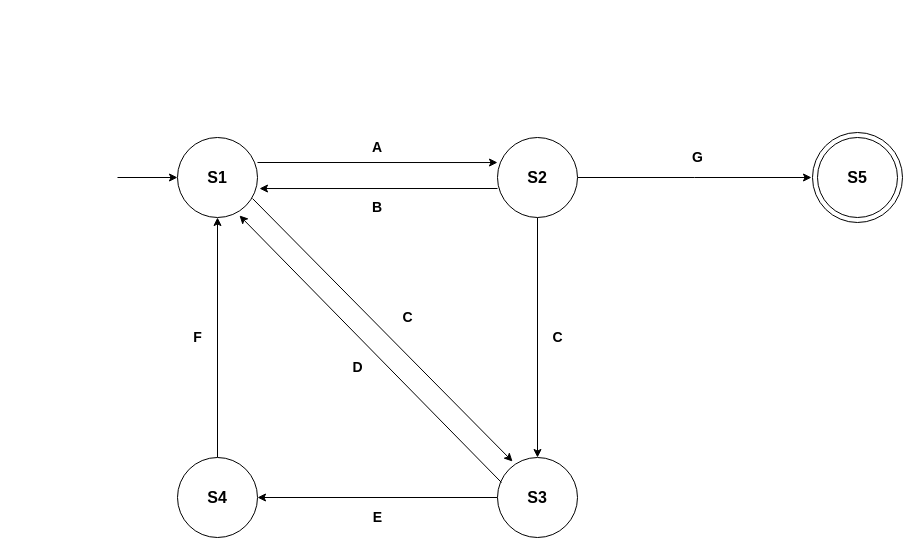
Before: page "DFA" (5 of 6) of Assignment 2/SnakeLadder.drawio in zhafranzainal/algorithm-complexity, a draw.io diagram. Source tidied: cells renumbered, new cells numbered last; positions are measured from the earlier drawing's top-left corner, leaving out a move shared by most shapes. Both pictures are drawn from the tidied source at 100%, with x=0, y=0 at pixel (117, 132).
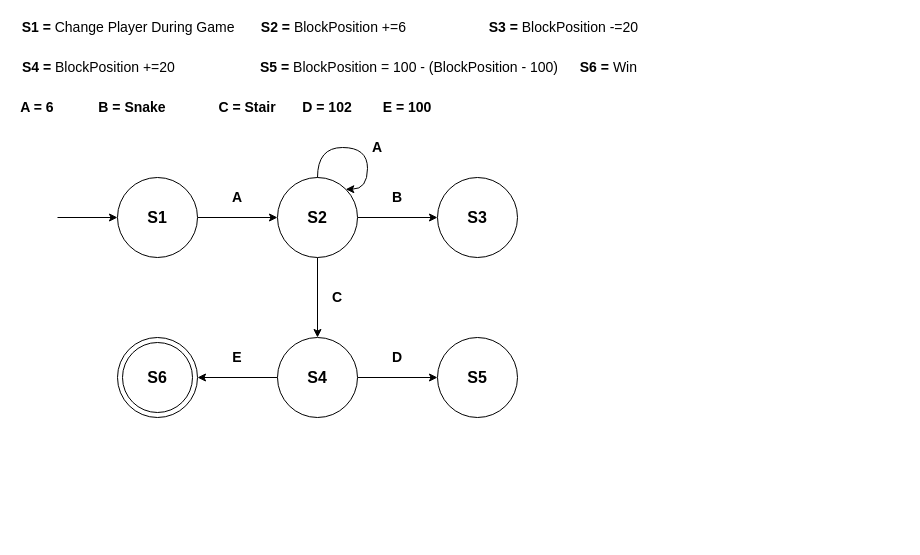
Above is the later version.

Diff of the diagram source:
```diff
@@
-    <mxCell id="2" style="ellipse;whiteSpace=wrap;html=1;" parent="1" vertex="1">
-      <mxGeometry x="695" width="90" height="90" as="geometry" />
-    </mxCell>
     <mxCell id="3" style="edgeStyle=orthogonalEdgeStyle;rounded=0;jettySize=auto;html=1;exitX=0;exitY=0.5;exitDx=0;exitDy=0;startArrow=classic;startFill=1;endArrow=none;endFill=0;" parent="1" edge="1" source="4">
       <mxGeometry relative="1" as="geometry">
-        <mxPoint y="45" as="targetPoint" />
+        <mxPoint x="-60" y="85" as="targetPoint" />
       </mxGeometry>
     </mxCell>
+    <mxCell id="25" style="edgeStyle=orthogonalEdgeStyle;rounded=0;jettySize=auto;html=1;exitX=1;exitY=0.5;exitDx=0;exitDy=0;entryX=0;entryY=0.5;entryDx=0;entryDy=0;fontSize=14;" parent="1" edge="1" source="4" target="7">
+      <mxGeometry relative="1" as="geometry" />
+    </mxCell>
     <mxCell id="4" value="&lt;font style=&quot;font-size: 16px&quot;&gt;&lt;b&gt;S1&lt;/b&gt;&lt;/font&gt;" style="ellipse;whiteSpace=wrap;html=1;" parent="1" vertex="1">
-      <mxGeometry x="60" y="5" width="80" height="80" as="geometry" />
+      <mxGeometry y="45" width="80" height="80" as="geometry" />
     </mxCell>
-    <mxCell id="5" style="edgeStyle=orthogonalEdgeStyle;rounded=0;jettySize=auto;html=1;exitX=0.5;exitY=1;exitDx=0;exitDy=0;entryX=0.5;entryY=0;entryDx=0;entryDy=0;" parent="1" edge="1" source="7" target="9">
+    <mxCell id="5" style="rounded=0;jettySize=auto;html=1;exitX=1;exitY=0.5;exitDx=0;exitDy=0;entryX=0;entryY=0.5;entryDx=0;entryDy=0;fontSize=14;startArrow=none;startFill=0;" parent="1" edge="1" source="7" target="9">
       <mxGeometry relative="1" as="geometry" />
     </mxCell>
-    <mxCell id="6" style="edgeStyle=orthogonalEdgeStyle;rounded=0;jettySize=auto;html=1;exitX=1;exitY=0.5;exitDx=0;exitDy=0;" parent="1" edge="1" source="7">
-      <mxGeometry relative="1" as="geometry">
-        <mxPoint x="694" y="45" as="targetPoint" />
-      </mxGeometry>
-    </mxCell>
+    <mxCell id="26" style="edgeStyle=none;rounded=0;jettySize=auto;html=1;exitX=0.5;exitY=1;exitDx=0;exitDy=0;entryX=0.5;entryY=0;entryDx=0;entryDy=0;fontSize=14;startArrow=none;startFill=0;" parent="1" edge="1" source="7" target="11">
+      <mxGeometry relative="1" as="geometry" />
+    </mxCell>
     <mxCell id="7" value="&lt;font style=&quot;font-size: 16px&quot;&gt;&lt;b&gt;S2&lt;/b&gt;&lt;/font&gt;" style="ellipse;whiteSpace=wrap;html=1;" parent="1" vertex="1">
-      <mxGeometry x="380" y="5" width="80" height="80" as="geometry" />
+      <mxGeometry x="160" y="45" width="80" height="80" as="geometry" />
     </mxCell>
-    <mxCell id="8" style="edgeStyle=orthogonalEdgeStyle;rounded=0;jettySize=auto;html=1;exitX=0;exitY=0.5;exitDx=0;exitDy=0;entryX=1;entryY=0.5;entryDx=0;entryDy=0;" parent="1" edge="1" source="9" target="11">
-      <mxGeometry relative="1" as="geometry" />
-    </mxCell>
     <mxCell id="9" value="&lt;b&gt;&lt;font style=&quot;font-size: 16px&quot;&gt;S3&lt;/font&gt;&lt;/b&gt;" style="ellipse;whiteSpace=wrap;html=1;" parent="1" vertex="1">
-      <mxGeometry x="380" y="325" width="80" height="80" as="geometry" />
+      <mxGeometry x="320" y="45" width="80" height="80" as="geometry" />
     </mxCell>
-    <mxCell id="10" style="edgeStyle=orthogonalEdgeStyle;rounded=0;jettySize=auto;html=1;exitX=0.5;exitY=0;exitDx=0;exitDy=0;entryX=0.5;entryY=1;entryDx=0;entryDy=0;" parent="1" edge="1" source="11" target="4">
-      <mxGeometry relative="1" as="geometry" />
-    </mxCell>
+    <mxCell id="27" style="edgeStyle=none;rounded=0;jettySize=auto;html=1;exitX=1;exitY=0.5;exitDx=0;exitDy=0;entryX=0;entryY=0.5;entryDx=0;entryDy=0;fontSize=14;startArrow=none;startFill=0;" parent="1" edge="1" source="11" target="12">
+      <mxGeometry relative="1" as="geometry" />
+    </mxCell>
+    <mxCell id="28" style="edgeStyle=none;rounded=0;jettySize=auto;html=1;exitX=0;exitY=0.5;exitDx=0;exitDy=0;entryX=1;entryY=0.5;entryDx=0;entryDy=0;fontSize=14;startArrow=none;startFill=0;" parent="1" edge="1" source="11" target="44">
+      <mxGeometry relative="1" as="geometry" />
+    </mxCell>
     <mxCell id="11" value="&lt;font style=&quot;font-size: 16px&quot;&gt;&lt;b&gt;S4&lt;/b&gt;&lt;/font&gt;" style="ellipse;whiteSpace=wrap;html=1;" parent="1" vertex="1">
-      <mxGeometry x="60" y="325" width="80" height="80" as="geometry" />
+      <mxGeometry x="160" y="205" width="80" height="80" as="geometry" />
     </mxCell>
+    <mxCell id="17" value="&lt;font style=&quot;font-size: 14px;&quot;&gt;&lt;b&gt;&lt;font style=&quot;font-size: 14px;&quot;&gt;S1 =&amp;nbsp;&lt;/font&gt;&lt;/b&gt;Change Player During Game&amp;nbsp;&lt;/font&gt;" style="text;html=1;strokeColor=none;fillColor=none;align=center;verticalAlign=middle;whiteSpace=wrap;rounded=0;" parent="1" vertex="1">
+      <mxGeometry x="-100" y="-115" width="226" height="20" as="geometry" />
+    </mxCell>
+    <mxCell id="29" value="&lt;b&gt;&lt;font style=&quot;font-size: 14px&quot;&gt;A = 6&lt;/font&gt;&lt;/b&gt;" style="text;html=1;strokeColor=none;fillColor=none;align=center;verticalAlign=middle;whiteSpace=wrap;rounded=0;" parent="1" vertex="1">
+      <mxGeometry x="-100" y="-35" width="40" height="20" as="geometry" />
+    </mxCell>
+    <mxCell id="30" value="&lt;font style=&quot;font-size: 14px;&quot;&gt;&lt;b&gt;S2 = &lt;/b&gt;BlockPosition +=6&amp;nbsp;&lt;/font&gt;&amp;nbsp;" style="text;html=1;strokeColor=none;fillColor=none;align=center;verticalAlign=middle;whiteSpace=wrap;rounded=0;" parent="1" vertex="1">
+      <mxGeometry x="140" y="-115" width="160" height="20" as="geometry" />
+    </mxCell>
+    <mxCell id="31" value="&lt;b&gt;&lt;font style=&quot;font-size: 14px&quot;&gt;B = Snake&lt;/font&gt;&lt;/b&gt;" style="text;html=1;strokeColor=none;fillColor=none;align=center;verticalAlign=middle;whiteSpace=wrap;rounded=0;" parent="1" vertex="1">
+      <mxGeometry x="-20" y="-35" width="70" height="20" as="geometry" />
+    </mxCell>
+    <mxCell id="32" value="&lt;font style=&quot;font-size: 14px;&quot;&gt;&lt;b&gt;S3 = &lt;/b&gt;BlockPosition -=20&amp;nbsp;&lt;/font&gt;&amp;nbsp;" style="text;html=1;strokeColor=none;fillColor=none;align=center;verticalAlign=middle;whiteSpace=wrap;rounded=0;" parent="1" vertex="1">
+      <mxGeometry x="370" y="-115" width="160" height="20" as="geometry" />
+    </mxCell>
+    <mxCell id="33" value="&lt;b&gt;&lt;font style=&quot;font-size: 14px&quot;&gt;C = Stair&lt;/font&gt;&lt;/b&gt;" style="text;html=1;strokeColor=none;fillColor=none;align=center;verticalAlign=middle;whiteSpace=wrap;rounded=0;" parent="1" vertex="1">
+      <mxGeometry x="100" y="-35" width="60" height="20" as="geometry" />
+    </mxCell>
+    <mxCell id="34" value="&lt;font style=&quot;font-size: 14px;&quot;&gt;&lt;b&gt;S4 = &lt;/b&gt;BlockPosition +=20&amp;nbsp;&lt;/font&gt;&amp;nbsp;" style="text;html=1;strokeColor=none;fillColor=none;align=center;verticalAlign=middle;whiteSpace=wrap;rounded=0;" parent="1" vertex="1">
+      <mxGeometry x="-100" y="-75" width="170" height="20" as="geometry" />
+    </mxCell>
+    <mxCell id="35" value="&lt;b&gt;&lt;font style=&quot;font-size: 14px&quot;&gt;D = 102&lt;/font&gt;&lt;/b&gt;" style="text;html=1;strokeColor=none;fillColor=none;align=center;verticalAlign=middle;whiteSpace=wrap;rounded=0;" parent="1" vertex="1">
+      <mxGeometry x="180" y="-35" width="60" height="20" as="geometry" />
+    </mxCell>
+    <mxCell id="36" value="&lt;font style=&quot;font-size: 14px;&quot;&gt;&lt;font style=&quot;font-size: 14px;&quot;&gt;&lt;b style=&quot;&quot;&gt;S5 = &lt;/b&gt;BlockPosition =&amp;nbsp;&lt;/font&gt;100 - (BlockPosition - 100)&lt;/font&gt;" style="text;html=1;strokeColor=none;fillColor=none;align=center;verticalAlign=middle;whiteSpace=wrap;rounded=0;" parent="1" vertex="1">
+      <mxGeometry x="137" y="-75" width="310" height="20" as="geometry" />
+    </mxCell>
+    <mxCell id="37" value="&lt;b&gt;&lt;font style=&quot;font-size: 14px&quot;&gt;E = 100&lt;/font&gt;&lt;/b&gt;" style="text;html=1;strokeColor=none;fillColor=none;align=center;verticalAlign=middle;whiteSpace=wrap;rounded=0;" parent="1" vertex="1">
+      <mxGeometry x="260" y="-35" width="60" height="20" as="geometry" />
+    </mxCell>
+    <mxCell id="38" value="&lt;font style=&quot;font-size: 14px;&quot;&gt;&lt;b&gt;S6 = &lt;/b&gt;Win&amp;nbsp;&lt;/font&gt;&amp;nbsp;" style="text;html=1;strokeColor=none;fillColor=none;align=center;verticalAlign=middle;whiteSpace=wrap;rounded=0;" parent="1" vertex="1">
+      <mxGeometry x="460" y="-75" width="70" height="20" as="geometry" />
+    </mxCell>
+    <mxCell id="39" style="edgeStyle=orthogonalEdgeStyle;rounded=0;orthogonalLoop=1;jettySize=auto;html=1;exitX=0.5;exitY=0;exitDx=0;exitDy=0;entryX=1;entryY=0;entryDx=0;entryDy=0;fontSize=14;curved=1;" parent="1" edge="1" source="7" target="7">
+      <mxGeometry relative="1" as="geometry">
+        <Array as="points">
+          <mxPoint x="200" y="15" />
+          <mxPoint x="250" y="15" />
+          <mxPoint x="250" y="57" />
+        </Array>
+      </mxGeometry>
+    </mxCell>
+    <mxCell id="40" value="&lt;b&gt;&lt;font style=&quot;font-size: 14px&quot;&gt;A&lt;/font&gt;&lt;/b&gt;" style="text;html=1;strokeColor=none;fillColor=none;align=center;verticalAlign=middle;whiteSpace=wrap;rounded=0;" parent="1" vertex="1">
+      <mxGeometry x="250" y="5" width="20" height="20" as="geometry" />
+    </mxCell>
+    <mxCell id="41" value="&lt;b&gt;&lt;font style=&quot;font-size: 14px&quot;&gt;A&lt;/font&gt;&lt;/b&gt;" style="text;html=1;strokeColor=none;fillColor=none;align=center;verticalAlign=middle;whiteSpace=wrap;rounded=0;" parent="1" vertex="1">
+      <mxGeometry x="110" y="55" width="20" height="20" as="geometry" />
+    </mxCell>
+    <mxCell id="18" value="&lt;b&gt;&lt;font style=&quot;font-size: 14px&quot;&gt;B&lt;/font&gt;&lt;/b&gt;" style="text;html=1;strokeColor=none;fillColor=none;align=center;verticalAlign=middle;whiteSpace=wrap;rounded=0;" parent="1" vertex="1">
+      <mxGeometry x="270" y="55" width="20" height="20" as="geometry" />
+    </mxCell>
+    <mxCell id="42" value="&lt;b&gt;&lt;font style=&quot;font-size: 14px&quot;&gt;C&lt;/font&gt;&lt;/b&gt;" style="text;html=1;strokeColor=none;fillColor=none;align=center;verticalAlign=middle;whiteSpace=wrap;rounded=0;" parent="1" vertex="1">
+      <mxGeometry x="210" y="155" width="20" height="20" as="geometry" />
+    </mxCell>
-    <mxCell id="12" value="&lt;b&gt;&lt;font style=&quot;font-size: 16px&quot;&gt;S5&lt;/font&gt;&lt;/b&gt;" style="ellipse;whiteSpace=wrap;html=1;" parent="1" vertex="1">
-      <mxGeometry x="700" y="5" width="80" height="80" as="geometry" />
+    <mxCell id="12" value="&lt;font style=&quot;font-size: 16px&quot;&gt;&lt;b&gt;S5&lt;/b&gt;&lt;/font&gt;" style="ellipse;whiteSpace=wrap;html=1;" parent="1" vertex="1">
+      <mxGeometry x="320" y="205" width="80" height="80" as="geometry" />
     </mxCell>
-    <mxCell id="13" style="endArrow=classic;html=1;exitX=0.938;exitY=0.763;exitDx=0;exitDy=0;exitPerimeter=0;entryX=0.188;entryY=0.05;entryDx=0;entryDy=0;entryPerimeter=0;" parent="1" edge="1" source="4" target="9">
-      <mxGeometry relative="1" as="geometry" />
-    </mxCell>
-    <mxCell id="14" style="endArrow=classic;html=1;exitX=0.05;exitY=0.313;exitDx=0;exitDy=0;exitPerimeter=0;entryX=0.775;entryY=0.975;entryDx=0;entryDy=0;entryPerimeter=0;" parent="1" edge="1" source="9" target="4">
-      <mxGeometry relative="1" as="geometry" />
-    </mxCell>
-    <mxCell id="15" style="endArrow=classic;html=1;entryX=0;entryY=0.313;entryDx=0;entryDy=0;entryPerimeter=0;" parent="1" edge="1" target="7">
-      <mxGeometry relative="1" as="geometry">
-        <mxPoint x="140" y="30" as="sourcePoint" />
-      </mxGeometry>
-    </mxCell>
-    <mxCell id="16" style="endArrow=classic;html=1;exitX=0.025;exitY=0.638;exitDx=0;exitDy=0;exitPerimeter=0;entryX=1.025;entryY=0.638;entryDx=0;entryDy=0;entryPerimeter=0;" parent="1" edge="1" target="4">
-      <mxGeometry relative="1" as="geometry">
-        <mxPoint x="380" y="56" as="sourcePoint" />
-      </mxGeometry>
-    </mxCell>
-    <mxCell id="17" value="&lt;b&gt;&lt;font style=&quot;font-size: 14px&quot;&gt;A&lt;/font&gt;&lt;/b&gt;" style="text;html=1;strokeColor=none;fillColor=none;align=center;verticalAlign=middle;whiteSpace=wrap;rounded=0;" parent="1" vertex="1">
-      <mxGeometry x="240" y="5" width="40" height="20" as="geometry" />
-    </mxCell>
-    <mxCell id="18" value="&lt;b&gt;&lt;font style=&quot;font-size: 14px&quot;&gt;B&lt;/font&gt;&lt;/b&gt;" style="text;html=1;strokeColor=none;fillColor=none;align=center;verticalAlign=middle;whiteSpace=wrap;rounded=0;" parent="1" vertex="1">
-      <mxGeometry x="240" y="65" width="40" height="20" as="geometry" />
-    </mxCell>
-    <mxCell id="19" value="&lt;b&gt;&lt;font style=&quot;font-size: 14px&quot;&gt;G&lt;/font&gt;&lt;/b&gt;" style="text;html=1;align=center;verticalAlign=middle;" parent="1" vertex="1">
-      <mxGeometry x="565" y="15" width="30" height="20" as="geometry" />
-    </mxCell>
+    <mxCell id="24" value="&lt;span style=&quot;font-size: 14px;&quot;&gt;&lt;b&gt;D&lt;/b&gt;&lt;/span&gt;" style="text;html=1;strokeColor=none;fillColor=none;align=center;verticalAlign=middle;whiteSpace=wrap;rounded=0;" parent="1" vertex="1">
+      <mxGeometry x="270" y="215" width="20" height="20" as="geometry" />
+    </mxCell>
+    <mxCell id="43" style="group;" parent="1" vertex="1">
+      <mxGeometry y="205" width="80" height="80" as="geometry" />
+    </mxCell>
+    <mxCell id="44" style="ellipse;whiteSpace=wrap;html=1;" parent="43" vertex="1">
+      <mxGeometry width="80" height="80" as="geometry" />
+    </mxCell>
+    <mxCell id="45" value="&lt;font style=&quot;font-size: 16px&quot;&gt;&lt;b&gt;S6&lt;/b&gt;&lt;/font&gt;" style="ellipse;whiteSpace=wrap;html=1;" parent="43" vertex="1">
+      <mxGeometry x="5" y="5" width="70" height="70" as="geometry" />
+    </mxCell>
-    <mxCell id="20" value="&lt;b&gt;&lt;font style=&quot;font-size: 14px&quot;&gt;E&lt;/font&gt;&lt;/b&gt;" style="text;html=1;align=center;verticalAlign=middle;" parent="1" vertex="1">
-      <mxGeometry x="250" y="375" width="20" height="20" as="geometry" />
+    <mxCell id="20" value="&lt;span style=&quot;font-size: 14px;&quot;&gt;&lt;b&gt;E&lt;/b&gt;&lt;/span&gt;" style="text;html=1;strokeColor=none;fillColor=none;align=center;verticalAlign=middle;whiteSpace=wrap;rounded=0;" parent="1" vertex="1">
+      <mxGeometry x="110" y="215" width="20" height="20" as="geometry" />
     </mxCell>
-    <mxCell id="21" value="&lt;b&gt;&lt;font style=&quot;font-size: 14px&quot;&gt;F&lt;/font&gt;&lt;/b&gt;" style="text;html=1;align=center;verticalAlign=middle;" parent="1" vertex="1">
-      <mxGeometry x="70" y="195" width="20" height="20" as="geometry" />
-    </mxCell>
-    <mxCell id="22" value="&lt;b&gt;&lt;font style=&quot;font-size: 14px&quot;&gt;C&lt;/font&gt;&lt;/b&gt;" style="text;html=1;align=center;verticalAlign=middle;" parent="1" vertex="1">
-      <mxGeometry x="425" y="195" width="30" height="20" as="geometry" />
-    </mxCell>
-    <mxCell id="23" value="&lt;b&gt;&lt;font style=&quot;font-size: 14px&quot;&gt;C&lt;/font&gt;&lt;/b&gt;" style="text;html=1;align=center;verticalAlign=middle;" parent="1" vertex="1">
-      <mxGeometry x="275" y="175" width="30" height="20" as="geometry" />
-    </mxCell>
-    <mxCell id="24" value="&lt;b&gt;&lt;font style=&quot;font-size: 14px&quot;&gt;D&lt;/font&gt;&lt;/b&gt;" style="text;html=1;align=center;verticalAlign=middle;" parent="1" vertex="1">
-      <mxGeometry x="225" y="225" width="30" height="20" as="geometry" />
-    </mxCell>
```
